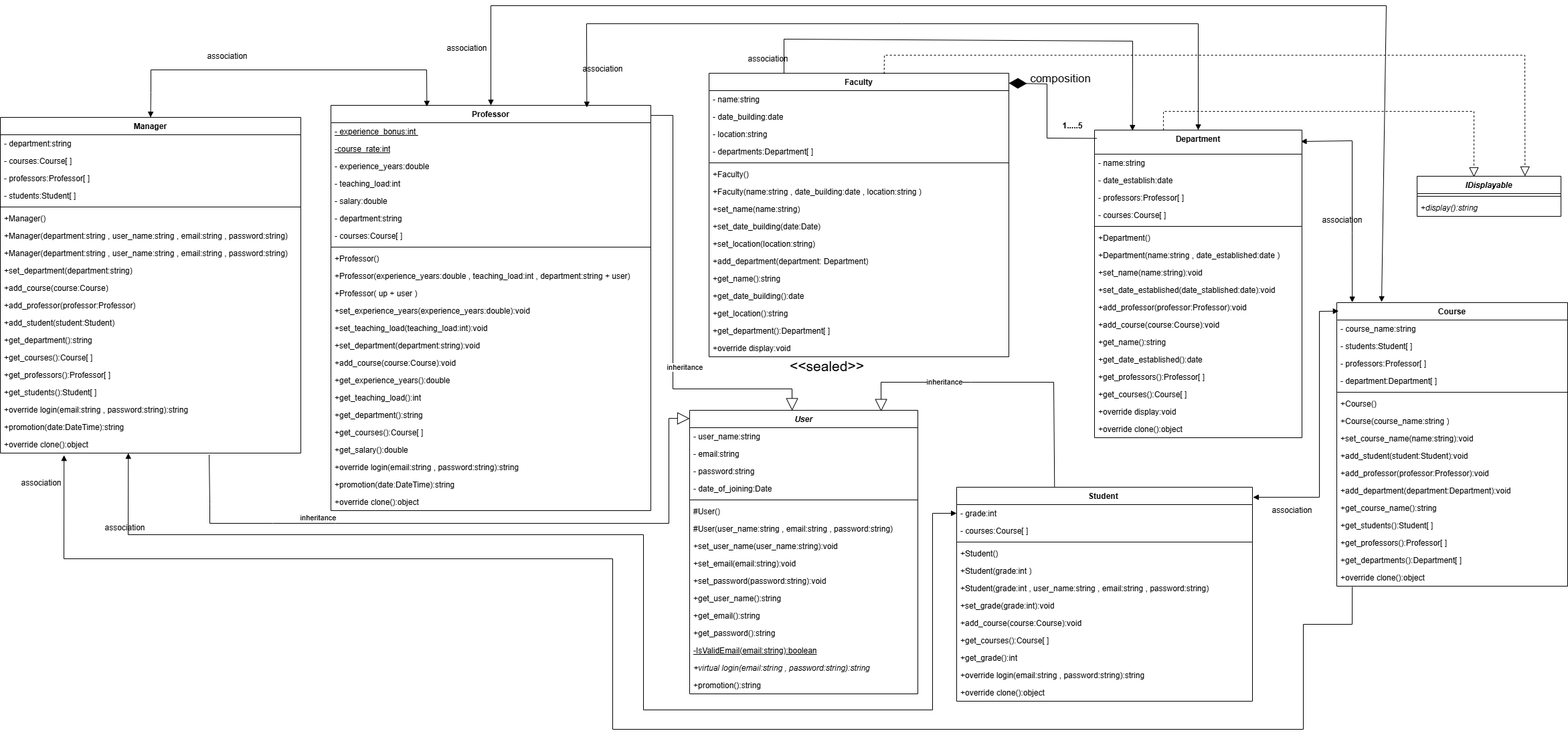
Before: FacultyManagmentSystem.png, a diagram exported from draw.io (alyaaa7med/university-management-system). Source tidied: cells renumbered, new cells last; positions are measured from the earlier drawing's top-left corner, leaving out a move shared by most shapes.
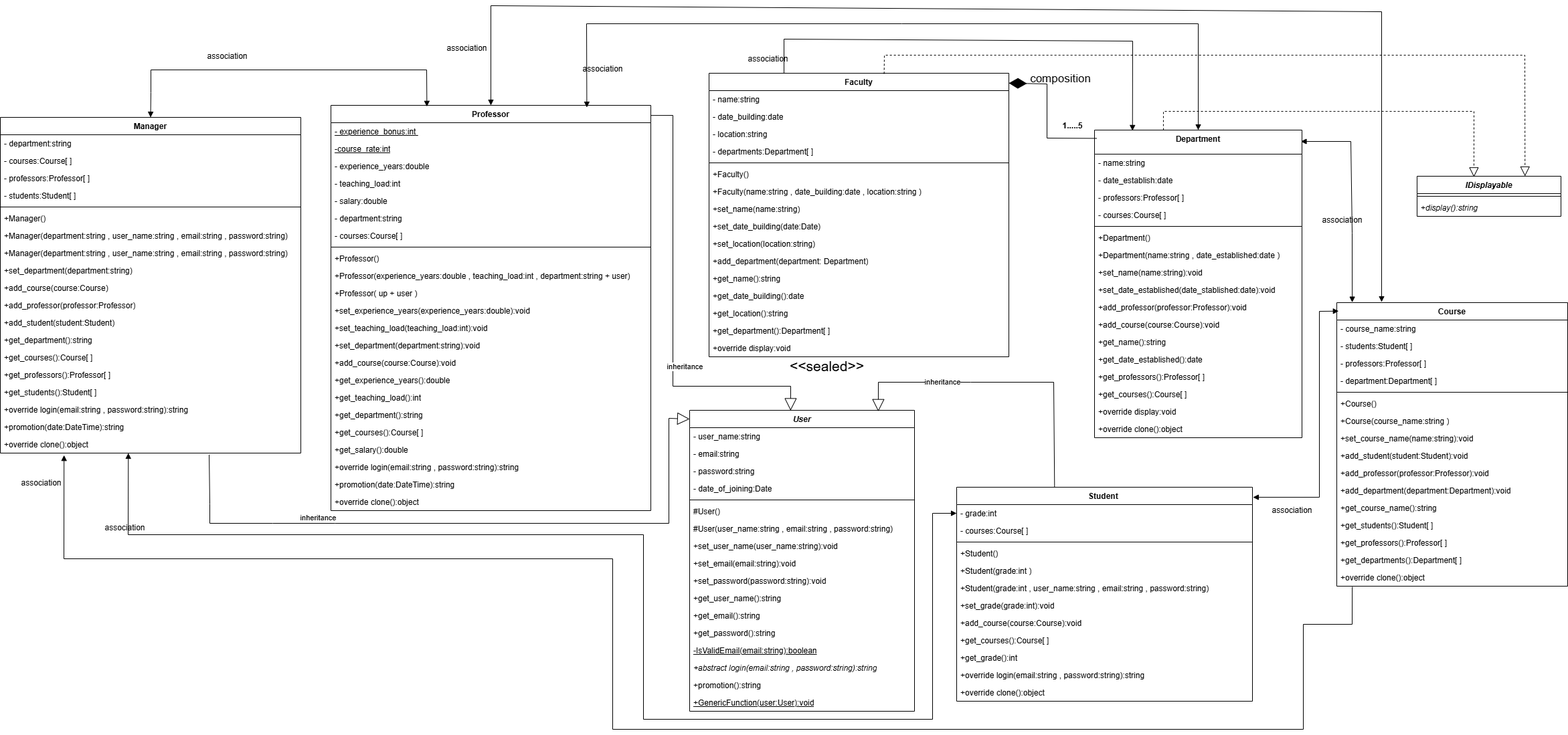
Later version of the same file.

The edit, as a diff of the source:
```diff
@@ -135,56 +135,59 @@
       <mxGeometry y="34" width="215" height="26" as="geometry" />
     </mxCell>
     <mxCell id="46" value="&lt;i&gt;User&lt;/i&gt;" style="swimlane;fontStyle=1;align=center;verticalAlign=top;horizontal=1;startSize=26;whiteSpace=wrap;html=1;" parent="1" vertex="1">
-      <mxGeometry x="1030" y="605" width="341" height="424" as="geometry" />
+      <mxGeometry x="1030" y="605" width="336" height="450" as="geometry" />
     </mxCell>
     <mxCell id="47" value="- user_name:string" style="text;strokeColor=none;fillColor=none;align=left;verticalAlign=top;spacingLeft=4;spacingRight=4;overflow=hidden;whiteSpace=wrap;html=1;" parent="46" vertex="1">
-      <mxGeometry y="26" width="341" height="26" as="geometry" />
+      <mxGeometry y="26" width="336" height="26" as="geometry" />
     </mxCell>
     <mxCell id="48" value="- email:string" style="text;strokeColor=none;fillColor=none;align=left;verticalAlign=top;spacingLeft=4;spacingRight=4;overflow=hidden;whiteSpace=wrap;html=1;" parent="46" vertex="1">
-      <mxGeometry y="52" width="341" height="26" as="geometry" />
+      <mxGeometry y="52" width="336" height="26" as="geometry" />
     </mxCell>
     <mxCell id="49" value="- password:string" style="text;strokeColor=none;fillColor=none;align=left;verticalAlign=top;spacingLeft=4;spacingRight=4;overflow=hidden;whiteSpace=wrap;html=1;" parent="46" vertex="1">
-      <mxGeometry y="78" width="341" height="26" as="geometry" />
+      <mxGeometry y="78" width="336" height="26" as="geometry" />
     </mxCell>
     <mxCell id="50" value="- date_of_joining:Date" style="text;strokeColor=none;fillColor=none;align=left;verticalAlign=top;spacingLeft=4;spacingRight=4;overflow=hidden;whiteSpace=wrap;html=1;" parent="46" vertex="1">
-      <mxGeometry y="104" width="341" height="26" as="geometry" />
+      <mxGeometry y="104" width="336" height="26" as="geometry" />
     </mxCell>
     <mxCell id="51" style="line;strokeWidth=1;fillColor=none;align=left;verticalAlign=middle;spacingTop=-1;spacingLeft=3;spacingRight=3;labelPosition=right;strokeColor=inherit;" parent="46" vertex="1">
-      <mxGeometry y="130" width="341" height="8" as="geometry" />
+      <mxGeometry y="130" width="336" height="8" as="geometry" />
     </mxCell>
     <mxCell id="52" value="#User()" style="text;strokeColor=none;fillColor=none;align=left;verticalAlign=top;spacingLeft=4;spacingRight=4;overflow=hidden;whiteSpace=wrap;html=1;" parent="46" vertex="1">
-      <mxGeometry y="138" width="341" height="26" as="geometry" />
+      <mxGeometry y="138" width="336" height="26" as="geometry" />
     </mxCell>
     <mxCell id="53" value="#User(user_name:string , email:string , password:string)" style="text;strokeColor=none;fillColor=none;align=left;verticalAlign=top;spacingLeft=4;spacingRight=4;overflow=hidden;whiteSpace=wrap;html=1;" parent="46" vertex="1">
-      <mxGeometry y="164" width="341" height="26" as="geometry" />
+      <mxGeometry y="164" width="336" height="26" as="geometry" />
     </mxCell>
     <mxCell id="54" value="+set_user_name(user_name:string):void" style="text;strokeColor=none;fillColor=none;align=left;verticalAlign=top;spacingLeft=4;spacingRight=4;overflow=hidden;whiteSpace=wrap;html=1;" parent="46" vertex="1">
-      <mxGeometry y="190" width="341" height="26" as="geometry" />
+      <mxGeometry y="190" width="336" height="26" as="geometry" />
     </mxCell>
     <mxCell id="55" value="+set_email(email:string):void" style="text;strokeColor=none;fillColor=none;align=left;verticalAlign=top;spacingLeft=4;spacingRight=4;overflow=hidden;whiteSpace=wrap;html=1;" parent="46" vertex="1">
-      <mxGeometry y="216" width="341" height="26" as="geometry" />
+      <mxGeometry y="216" width="336" height="26" as="geometry" />
     </mxCell>
     <mxCell id="56" value="+set_password(password:string):void" style="text;strokeColor=none;fillColor=none;align=left;verticalAlign=top;spacingLeft=4;spacingRight=4;overflow=hidden;whiteSpace=wrap;html=1;" parent="46" vertex="1">
-      <mxGeometry y="242" width="341" height="26" as="geometry" />
+      <mxGeometry y="242" width="336" height="26" as="geometry" />
     </mxCell>
     <mxCell id="57" value="+get_user_name():string" style="text;strokeColor=none;fillColor=none;align=left;verticalAlign=top;spacingLeft=4;spacingRight=4;overflow=hidden;whiteSpace=wrap;html=1;" parent="46" vertex="1">
-      <mxGeometry y="268" width="341" height="26" as="geometry" />
+      <mxGeometry y="268" width="336" height="26" as="geometry" />
     </mxCell>
     <mxCell id="58" value="+get_email():string" style="text;strokeColor=none;fillColor=none;align=left;verticalAlign=top;spacingLeft=4;spacingRight=4;overflow=hidden;whiteSpace=wrap;html=1;" parent="46" vertex="1">
-      <mxGeometry y="294" width="341" height="26" as="geometry" />
+      <mxGeometry y="294" width="336" height="26" as="geometry" />
     </mxCell>
     <mxCell id="59" value="+get_password():string" style="text;strokeColor=none;fillColor=none;align=left;verticalAlign=top;spacingLeft=4;spacingRight=4;overflow=hidden;whiteSpace=wrap;html=1;" parent="46" vertex="1">
-      <mxGeometry y="320" width="341" height="26" as="geometry" />
+      <mxGeometry y="320" width="336" height="26" as="geometry" />
     </mxCell>
     <mxCell id="60" value="&lt;u&gt;-IsValidEmail(email:string):boolean&lt;/u&gt;" style="text;strokeColor=none;fillColor=none;align=left;verticalAlign=top;spacingLeft=4;spacingRight=4;overflow=hidden;whiteSpace=wrap;html=1;" parent="46" vertex="1">
-      <mxGeometry y="346" width="341" height="26" as="geometry" />
+      <mxGeometry y="346" width="336" height="26" as="geometry" />
     </mxCell>
-    <mxCell id="61" value="&lt;i&gt;+virtual login(email:string , password:string):string&lt;/i&gt;" style="text;strokeColor=none;fillColor=none;align=left;verticalAlign=top;spacingLeft=4;spacingRight=4;overflow=hidden;whiteSpace=wrap;html=1;" parent="46" vertex="1">
-      <mxGeometry y="372" width="341" height="26" as="geometry" />
+    <mxCell id="61" value="&lt;i&gt;+abstract login(email:string , password:string):string&lt;/i&gt;" style="text;strokeColor=none;fillColor=none;align=left;verticalAlign=top;spacingLeft=4;spacingRight=4;overflow=hidden;whiteSpace=wrap;html=1;" parent="46" vertex="1">
+      <mxGeometry y="372" width="336" height="26" as="geometry" />
     </mxCell>
     <mxCell id="62" value="+promotion():string" style="text;strokeColor=none;fillColor=none;align=left;verticalAlign=top;spacingLeft=4;spacingRight=4;overflow=hidden;whiteSpace=wrap;html=1;" parent="46" vertex="1">
-      <mxGeometry y="398" width="341" height="26" as="geometry" />
+      <mxGeometry y="398" width="336" height="26" as="geometry" />
     </mxCell>
+    <mxCell id="156" value="&lt;u&gt;+GenericFunction(user:User):void&lt;/u&gt;" style="text;strokeColor=none;fillColor=none;align=left;verticalAlign=top;spacingLeft=4;spacingRight=4;overflow=hidden;whiteSpace=wrap;html=1;" parent="46" vertex="1">
+      <mxGeometry y="424" width="336" height="26" as="geometry" />
+    </mxCell>
     <mxCell id="63" value="Student&amp;nbsp;" style="swimlane;fontStyle=1;align=center;verticalAlign=top;horizontal=1;startSize=26;whiteSpace=wrap;html=1;" parent="1" vertex="1">
       <mxGeometry x="1429" y="720" width="442" height="320" as="geometry" />
     </mxCell>
@@ -299,7 +302,7 @@
       <mxGeometry relative="1" as="geometry">
         <mxPoint x="2064" y="443" as="sourcePoint" />
         <Array as="points">
-          <mxPoint x="2071" />
+          <mxPoint x="2064" y="9" />
           <mxPoint x="733" />
         </Array>
       </mxGeometry>
@@ -323,8 +326,8 @@
       <mxGeometry relative="1" as="geometry">
         <Array as="points">
           <mxPoint x="1393" y="759" />
-          <mxPoint x="1393" y="1053" />
-          <mxPoint x="961" y="1053" />
+          <mxPoint x="1393" y="1067" />
+          <mxPoint x="961" y="1067" />
           <mxPoint x="961" y="791" />
           <mxPoint x="191" y="791" />
         </Array>
@@ -499,7 +502,7 @@
     <mxCell id="149" style="endArrow=block;startArrow=block;endFill=1;startFill=1;html=1;rounded=0;exitX=0.995;exitY=0.037;exitDx=0;exitDy=0;exitPerimeter=0;entryX=0.067;entryY=-0.001;entryDx=0;entryDy=0;entryPerimeter=0;" parent="1" edge="1" source="106" target="26">
       <mxGeometry relative="1" as="geometry">
         <Array as="points">
-          <mxPoint x="2020" y="202" />
+          <mxPoint x="2018" y="203" />
           <mxPoint x="2020" y="340" />
         </Array>
       </mxGeometry>
@@ -525,8 +528,8 @@
       <mxGeometry x="0.26" y="18" relative="1" as="geometry">
         <Array as="points">
           <mxPoint x="1005" y="164" />
-          <mxPoint x="1005" y="573" />
-          <mxPoint x="1183" y="573" />
+          <mxPoint x="1005" y="569" />
+          <mxPoint x="1181" y="569" />
         </Array>
       </mxGeometry>
     </mxCell>
@@ -535,7 +538,7 @@
         <Array as="points">
           <mxPoint x="1574" y="563" />
           <mxPoint x="1450" y="563" />
-          <mxPoint x="1316" y="563" />
+          <mxPoint x="1312" y="563" />
         </Array>
         <mxPoint x="-1" as="offset" />
       </mxGeometry>
```
